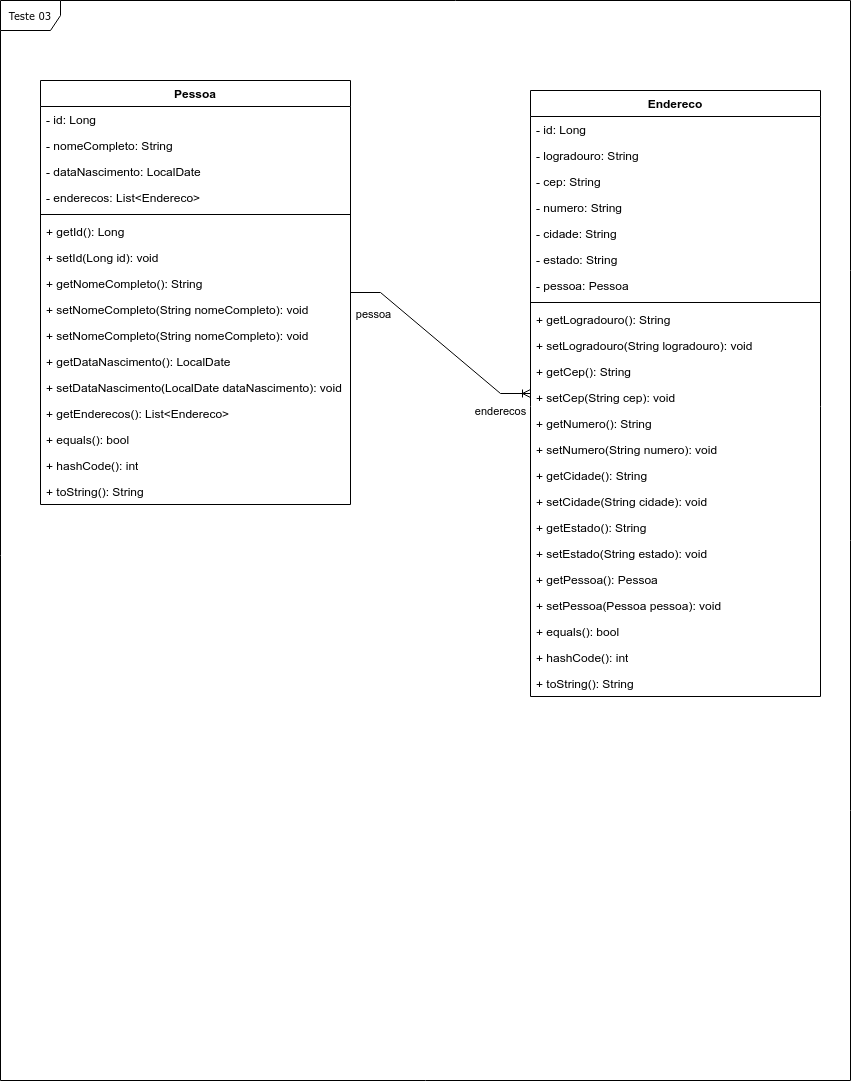
Earlier version of the draw.io export assets/teste-03-diagrama.drawio.png (JuniorAC90/api-attus-teste-03). Source tidied: cells renumbered, new cells last; positions are measured from the earlier drawing's top-left corner, leaving out a move shared by most shapes.
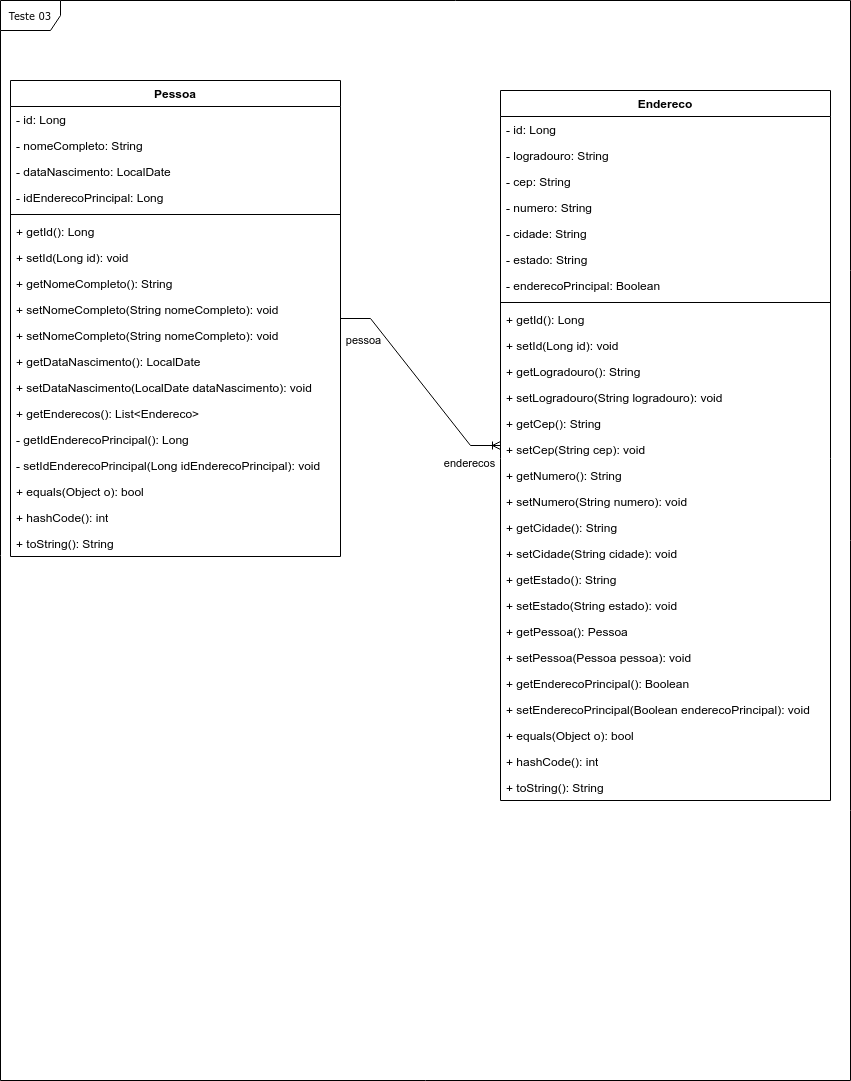
The same file after the commit.

The edit, as a diff of the source:
```diff
@@ -3,130 +3,148 @@
     <mxCell id="0" />
     <mxCell id="1" parent="0" />
     <mxCell id="2" value="Teste 03" style="shape=umlFrame;whiteSpace=wrap;html=1;rounded=0;shadow=0;comic=0;labelBackgroundColor=none;strokeWidth=1;fontFamily=Verdana;fontSize=10;align=center;" parent="1" vertex="1">
-      <mxGeometry width="850" height="1080" as="geometry" />
+      <mxGeometry x="30" width="850" height="1080" as="geometry" />
     </mxCell>
     <mxCell id="3" value="Pessoa" style="swimlane;fontStyle=1;align=center;verticalAlign=top;horizontal=1;startSize=26;whiteSpace=wrap;html=1;" parent="1" vertex="1">
-      <mxGeometry x="40" y="80" width="310" height="424" as="geometry" />
+      <mxGeometry x="40" y="80" width="330" height="476" as="geometry" />
     </mxCell>
     <mxCell id="4" value="- id: Long&lt;div&gt;&lt;br&gt;&lt;/div&gt;" style="text;strokeColor=none;fillColor=none;align=left;verticalAlign=top;spacingLeft=4;spacingRight=4;overflow=hidden;whiteSpace=wrap;html=1;" parent="3" vertex="1">
-      <mxGeometry y="26" width="310" height="26" as="geometry" />
+      <mxGeometry y="26" width="330" height="26" as="geometry" />
     </mxCell>
     <mxCell id="5" value="- nomeCompleto: String&lt;div&gt;&lt;br&gt;&lt;/div&gt;" style="text;strokeColor=none;fillColor=none;align=left;verticalAlign=top;spacingLeft=4;spacingRight=4;overflow=hidden;whiteSpace=wrap;html=1;" parent="3" vertex="1">
-      <mxGeometry y="52" width="310" height="26" as="geometry" />
+      <mxGeometry y="52" width="330" height="26" as="geometry" />
     </mxCell>
     <mxCell id="6" value="- dataNascimento: LocalDate" style="text;html=1;strokeColor=none;fillColor=none;align=left;verticalAlign=top;spacingLeft=4;spacingRight=4;whiteSpace=wrap;overflow=hidden;" parent="3" vertex="1">
-      <mxGeometry y="78" width="310" height="26" as="geometry" />
+      <mxGeometry y="78" width="330" height="26" as="geometry" />
     </mxCell>
-    <mxCell id="7" value="- enderecos: List&amp;lt;Endereco&amp;gt;&lt;div&gt;&lt;br&gt;&lt;/div&gt;" style="text;html=1;strokeColor=none;fillColor=none;align=left;verticalAlign=top;spacingLeft=4;spacingRight=4;whiteSpace=wrap;overflow=hidden;" parent="3" vertex="1">
-      <mxGeometry y="104" width="310" height="26" as="geometry" />
-    </mxCell>
+    <mxCell id="47" value="- idEnderecoPrincipal: Long&lt;div&gt;&lt;br&gt;&lt;/div&gt;" style="text;strokeColor=none;fillColor=none;align=left;verticalAlign=top;spacingLeft=4;spacingRight=4;overflow=hidden;whiteSpace=wrap;html=1;" parent="3" vertex="1">
+      <mxGeometry y="104" width="330" height="26" as="geometry" />
+    </mxCell>
     <mxCell id="8" style="line;strokeWidth=1;fillColor=none;align=left;verticalAlign=middle;spacingTop=-1;spacingLeft=3;spacingRight=3;labelPosition=right;strokeColor=inherit;" parent="3" vertex="1">
-      <mxGeometry y="130" width="310" height="8" as="geometry" />
+      <mxGeometry y="130" width="330" height="8" as="geometry" />
     </mxCell>
     <mxCell id="9" value="+ getId(): Long" style="text;strokeColor=none;fillColor=none;align=left;verticalAlign=top;spacingLeft=4;spacingRight=4;overflow=hidden;whiteSpace=wrap;html=1;" parent="3" vertex="1">
-      <mxGeometry y="138" width="310" height="26" as="geometry" />
+      <mxGeometry y="138" width="330" height="26" as="geometry" />
     </mxCell>
     <mxCell id="10" value="+ setId(Long id): void" style="text;strokeColor=none;fillColor=none;align=left;verticalAlign=top;spacingLeft=4;spacingRight=4;overflow=hidden;whiteSpace=wrap;html=1;" parent="3" vertex="1">
-      <mxGeometry y="164" width="310" height="26" as="geometry" />
+      <mxGeometry y="164" width="330" height="26" as="geometry" />
     </mxCell>
     <mxCell id="11" value="+ getNomeCompleto(): String" style="text;strokeColor=none;fillColor=none;align=left;verticalAlign=top;spacingLeft=4;spacingRight=4;overflow=hidden;whiteSpace=wrap;html=1;" parent="3" vertex="1">
-      <mxGeometry y="190" width="310" height="26" as="geometry" />
+      <mxGeometry y="190" width="330" height="26" as="geometry" />
     </mxCell>
     <mxCell id="12" value="+ setNomeCompleto(String nomeCompleto): void" style="text;strokeColor=none;fillColor=none;align=left;verticalAlign=top;spacingLeft=4;spacingRight=4;overflow=hidden;whiteSpace=wrap;html=1;" parent="3" vertex="1">
-      <mxGeometry y="216" width="310" height="26" as="geometry" />
+      <mxGeometry y="216" width="330" height="26" as="geometry" />
     </mxCell>
     <mxCell id="13" value="+ setNomeCompleto(String nomeCompleto): void" style="text;strokeColor=none;fillColor=none;align=left;verticalAlign=top;spacingLeft=4;spacingRight=4;overflow=hidden;whiteSpace=wrap;html=1;" parent="3" vertex="1">
-      <mxGeometry y="242" width="310" height="26" as="geometry" />
+      <mxGeometry y="242" width="330" height="26" as="geometry" />
     </mxCell>
     <mxCell id="14" value="+ getDataNascimento(): LocalDate" style="text;strokeColor=none;fillColor=none;align=left;verticalAlign=top;spacingLeft=4;spacingRight=4;overflow=hidden;whiteSpace=wrap;html=1;" parent="3" vertex="1">
-      <mxGeometry y="268" width="310" height="26" as="geometry" />
+      <mxGeometry y="268" width="330" height="26" as="geometry" />
     </mxCell>
     <mxCell id="15" value="+ setDataNascimento(LocalDate dataNascimento): void" style="text;strokeColor=none;fillColor=none;align=left;verticalAlign=top;spacingLeft=4;spacingRight=4;overflow=hidden;whiteSpace=wrap;html=1;" parent="3" vertex="1">
-      <mxGeometry y="294" width="310" height="26" as="geometry" />
+      <mxGeometry y="294" width="330" height="26" as="geometry" />
     </mxCell>
     <mxCell id="16" value="+ getEnderecos(): List&amp;lt;Endereco&amp;gt;" style="text;html=1;strokeColor=none;fillColor=none;align=left;verticalAlign=top;spacingLeft=4;spacingRight=4;whiteSpace=wrap;overflow=hidden;" parent="3" vertex="1">
-      <mxGeometry y="320" width="310" height="26" as="geometry" />
+      <mxGeometry y="320" width="330" height="26" as="geometry" />
     </mxCell>
+    <mxCell id="48" value="- getIdEnderecoPrincipal(): Long&lt;div&gt;&lt;br&gt;&lt;/div&gt;" style="text;strokeColor=none;fillColor=none;align=left;verticalAlign=top;spacingLeft=4;spacingRight=4;overflow=hidden;whiteSpace=wrap;html=1;" parent="3" vertex="1">
+      <mxGeometry y="346" width="330" height="26" as="geometry" />
+    </mxCell>
+    <mxCell id="49" value="- setIdEnderecoPrincipal(Long idEnderecoPrincipal): void&lt;div&gt;&lt;br&gt;&lt;/div&gt;" style="text;strokeColor=none;fillColor=none;align=left;verticalAlign=top;spacingLeft=4;spacingRight=4;overflow=hidden;whiteSpace=wrap;html=1;" parent="3" vertex="1">
+      <mxGeometry y="372" width="330" height="26" as="geometry" />
+    </mxCell>
-    <mxCell id="17" value="+ equals(): bool" style="text;strokeColor=none;fillColor=none;align=left;verticalAlign=top;spacingLeft=4;spacingRight=4;overflow=hidden;whiteSpace=wrap;html=1;" parent="3" vertex="1">
-      <mxGeometry y="346" width="310" height="26" as="geometry" />
+    <mxCell id="17" value="+ equals(Object o): bool" style="text;strokeColor=none;fillColor=none;align=left;verticalAlign=top;spacingLeft=4;spacingRight=4;overflow=hidden;whiteSpace=wrap;html=1;" parent="3" vertex="1">
+      <mxGeometry y="398" width="330" height="26" as="geometry" />
     </mxCell>
     <mxCell id="18" value="+ hashCode(): int" style="text;strokeColor=none;fillColor=none;align=left;verticalAlign=top;spacingLeft=4;spacingRight=4;overflow=hidden;whiteSpace=wrap;html=1;" parent="3" vertex="1">
-      <mxGeometry y="372" width="310" height="26" as="geometry" />
+      <mxGeometry y="424" width="330" height="26" as="geometry" />
     </mxCell>
     <mxCell id="19" value="+ toString(): String" style="text;strokeColor=none;fillColor=none;align=left;verticalAlign=top;spacingLeft=4;spacingRight=4;overflow=hidden;whiteSpace=wrap;html=1;" parent="3" vertex="1">
-      <mxGeometry y="398" width="310" height="26" as="geometry" />
+      <mxGeometry y="450" width="330" height="26" as="geometry" />
     </mxCell>
     <mxCell id="20" value="Endereco" style="swimlane;fontStyle=1;align=center;verticalAlign=top;horizontal=1;startSize=26;whiteSpace=wrap;html=1;" parent="1" vertex="1">
-      <mxGeometry x="530" y="90" width="290" height="606" as="geometry" />
+      <mxGeometry x="530" y="90" width="330" height="710" as="geometry" />
     </mxCell>
     <mxCell id="21" value="- id: Long&lt;div&gt;&lt;br&gt;&lt;/div&gt;" style="text;strokeColor=none;fillColor=none;align=left;verticalAlign=top;spacingLeft=4;spacingRight=4;overflow=hidden;whiteSpace=wrap;html=1;" parent="20" vertex="1">
-      <mxGeometry y="26" width="290" height="26" as="geometry" />
+      <mxGeometry y="26" width="330" height="26" as="geometry" />
     </mxCell>
     <mxCell id="22" value="- logradouro: String&lt;div&gt;&lt;br&gt;&lt;/div&gt;" style="text;strokeColor=none;fillColor=none;align=left;verticalAlign=top;spacingLeft=4;spacingRight=4;overflow=hidden;whiteSpace=wrap;html=1;" parent="20" vertex="1">
-      <mxGeometry y="52" width="290" height="26" as="geometry" />
+      <mxGeometry y="52" width="330" height="26" as="geometry" />
     </mxCell>
     <mxCell id="23" value="- cep: String" style="text;html=1;strokeColor=none;fillColor=none;align=left;verticalAlign=top;spacingLeft=4;spacingRight=4;whiteSpace=wrap;overflow=hidden;" parent="20" vertex="1">
-      <mxGeometry y="78" width="290" height="26" as="geometry" />
+      <mxGeometry y="78" width="330" height="26" as="geometry" />
     </mxCell>
     <mxCell id="24" value="- numero: String" style="text;html=1;strokeColor=none;fillColor=none;align=left;verticalAlign=top;spacingLeft=4;spacingRight=4;whiteSpace=wrap;overflow=hidden;" parent="20" vertex="1">
-      <mxGeometry y="104" width="290" height="26" as="geometry" />
+      <mxGeometry y="104" width="330" height="26" as="geometry" />
     </mxCell>
     <mxCell id="25" value="- cidade: String" style="text;html=1;strokeColor=none;fillColor=none;align=left;verticalAlign=top;spacingLeft=4;spacingRight=4;whiteSpace=wrap;overflow=hidden;" parent="20" vertex="1">
-      <mxGeometry y="130" width="290" height="26" as="geometry" />
+      <mxGeometry y="130" width="330" height="26" as="geometry" />
     </mxCell>
     <mxCell id="26" value="- estado: String" style="text;html=1;strokeColor=none;fillColor=none;align=left;verticalAlign=top;spacingLeft=4;spacingRight=4;whiteSpace=wrap;overflow=hidden;" parent="20" vertex="1">
-      <mxGeometry y="156" width="290" height="26" as="geometry" />
+      <mxGeometry y="156" width="330" height="26" as="geometry" />
     </mxCell>
-    <mxCell id="27" value="- pessoa: Pessoa&lt;div&gt;&lt;br&gt;&lt;/div&gt;" style="text;html=1;strokeColor=none;fillColor=none;align=left;verticalAlign=top;spacingLeft=4;spacingRight=4;whiteSpace=wrap;overflow=hidden;" parent="20" vertex="1">
-      <mxGeometry y="182" width="290" height="26" as="geometry" />
-    </mxCell>
+    <mxCell id="50" value="- enderecoPrincipal: Boolean" style="text;html=1;strokeColor=none;fillColor=none;align=left;verticalAlign=top;spacingLeft=4;spacingRight=4;whiteSpace=wrap;overflow=hidden;" parent="20" vertex="1">
+      <mxGeometry y="182" width="330" height="26" as="geometry" />
+    </mxCell>
     <mxCell id="28" style="line;strokeWidth=1;fillColor=none;align=left;verticalAlign=middle;spacingTop=-1;spacingLeft=3;spacingRight=3;labelPosition=right;strokeColor=inherit;" parent="20" vertex="1">
-      <mxGeometry y="208" width="290" height="8" as="geometry" />
+      <mxGeometry y="208" width="330" height="8" as="geometry" />
     </mxCell>
+    <mxCell id="51" value="+ getId(): Long" style="text;strokeColor=none;fillColor=none;align=left;verticalAlign=top;spacingLeft=4;spacingRight=4;overflow=hidden;whiteSpace=wrap;html=1;" parent="20" vertex="1">
+      <mxGeometry y="216" width="330" height="26" as="geometry" />
+    </mxCell>
+    <mxCell id="52" value="+ setId(Long id): void" style="text;strokeColor=none;fillColor=none;align=left;verticalAlign=top;spacingLeft=4;spacingRight=4;overflow=hidden;whiteSpace=wrap;html=1;" parent="20" vertex="1">
+      <mxGeometry y="242" width="330" height="26" as="geometry" />
+    </mxCell>
     <mxCell id="29" value="+ getLogradouro(): String" style="text;strokeColor=none;fillColor=none;align=left;verticalAlign=top;spacingLeft=4;spacingRight=4;overflow=hidden;whiteSpace=wrap;html=1;" parent="20" vertex="1">
-      <mxGeometry y="216" width="290" height="26" as="geometry" />
+      <mxGeometry y="268" width="330" height="26" as="geometry" />
     </mxCell>
     <mxCell id="30" value="+ setLogradouro(String logradouro): void" style="text;strokeColor=none;fillColor=none;align=left;verticalAlign=top;spacingLeft=4;spacingRight=4;overflow=hidden;whiteSpace=wrap;html=1;" parent="20" vertex="1">
-      <mxGeometry y="242" width="290" height="26" as="geometry" />
+      <mxGeometry y="294" width="330" height="26" as="geometry" />
     </mxCell>
     <mxCell id="31" value="+ getCep(): String" style="text;strokeColor=none;fillColor=none;align=left;verticalAlign=top;spacingLeft=4;spacingRight=4;overflow=hidden;whiteSpace=wrap;html=1;" parent="20" vertex="1">
-      <mxGeometry y="268" width="290" height="26" as="geometry" />
+      <mxGeometry y="320" width="330" height="26" as="geometry" />
     </mxCell>
     <mxCell id="32" value="+ setCep(String cep): void" style="text;strokeColor=none;fillColor=none;align=left;verticalAlign=top;spacingLeft=4;spacingRight=4;overflow=hidden;whiteSpace=wrap;html=1;" parent="20" vertex="1">
-      <mxGeometry y="294" width="290" height="26" as="geometry" />
+      <mxGeometry y="346" width="330" height="26" as="geometry" />
     </mxCell>
     <mxCell id="33" value="+ getNumero(): String" style="text;strokeColor=none;fillColor=none;align=left;verticalAlign=top;spacingLeft=4;spacingRight=4;overflow=hidden;whiteSpace=wrap;html=1;" parent="20" vertex="1">
-      <mxGeometry y="320" width="290" height="26" as="geometry" />
+      <mxGeometry y="372" width="330" height="26" as="geometry" />
     </mxCell>
     <mxCell id="34" value="+ setNumero(String numero): void" style="text;strokeColor=none;fillColor=none;align=left;verticalAlign=top;spacingLeft=4;spacingRight=4;overflow=hidden;whiteSpace=wrap;html=1;" parent="20" vertex="1">
-      <mxGeometry y="346" width="290" height="26" as="geometry" />
+      <mxGeometry y="398" width="330" height="26" as="geometry" />
     </mxCell>
     <mxCell id="35" value="+ getCidade(): String" style="text;strokeColor=none;fillColor=none;align=left;verticalAlign=top;spacingLeft=4;spacingRight=4;overflow=hidden;whiteSpace=wrap;html=1;" parent="20" vertex="1">
-      <mxGeometry y="372" width="290" height="26" as="geometry" />
+      <mxGeometry y="424" width="330" height="26" as="geometry" />
     </mxCell>
     <mxCell id="36" value="+ setCidade(String cidade): void" style="text;strokeColor=none;fillColor=none;align=left;verticalAlign=top;spacingLeft=4;spacingRight=4;overflow=hidden;whiteSpace=wrap;html=1;" parent="20" vertex="1">
-      <mxGeometry y="398" width="290" height="26" as="geometry" />
+      <mxGeometry y="450" width="330" height="26" as="geometry" />
     </mxCell>
     <mxCell id="37" value="+ getEstado(): String" style="text;strokeColor=none;fillColor=none;align=left;verticalAlign=top;spacingLeft=4;spacingRight=4;overflow=hidden;whiteSpace=wrap;html=1;" parent="20" vertex="1">
-      <mxGeometry y="424" width="290" height="26" as="geometry" />
+      <mxGeometry y="476" width="330" height="26" as="geometry" />
     </mxCell>
     <mxCell id="38" value="+ setEstado(String estado): void" style="text;strokeColor=none;fillColor=none;align=left;verticalAlign=top;spacingLeft=4;spacingRight=4;overflow=hidden;whiteSpace=wrap;html=1;" parent="20" vertex="1">
-      <mxGeometry y="450" width="290" height="26" as="geometry" />
+      <mxGeometry y="502" width="330" height="26" as="geometry" />
     </mxCell>
     <mxCell id="39" value="+ getPessoa(): Pessoa" style="text;strokeColor=none;fillColor=none;align=left;verticalAlign=top;spacingLeft=4;spacingRight=4;overflow=hidden;whiteSpace=wrap;html=1;" parent="20" vertex="1">
-      <mxGeometry y="476" width="290" height="26" as="geometry" />
+      <mxGeometry y="528" width="330" height="26" as="geometry" />
     </mxCell>
     <mxCell id="40" value="+ setPessoa(Pessoa pessoa): void" style="text;strokeColor=none;fillColor=none;align=left;verticalAlign=top;spacingLeft=4;spacingRight=4;overflow=hidden;whiteSpace=wrap;html=1;" parent="20" vertex="1">
-      <mxGeometry y="502" width="290" height="26" as="geometry" />
+      <mxGeometry y="554" width="330" height="26" as="geometry" />
     </mxCell>
+    <mxCell id="53" value="+ getEnderecoPrincipal(): Boolean" style="text;strokeColor=none;fillColor=none;align=left;verticalAlign=top;spacingLeft=4;spacingRight=4;overflow=hidden;whiteSpace=wrap;html=1;" parent="20" vertex="1">
+      <mxGeometry y="580" width="330" height="26" as="geometry" />
+    </mxCell>
+    <mxCell id="54" value="+ setEnderecoPrincipal(Boolean enderecoPrincipal): void" style="text;strokeColor=none;fillColor=none;align=left;verticalAlign=top;spacingLeft=4;spacingRight=4;overflow=hidden;whiteSpace=wrap;html=1;" parent="20" vertex="1">
+      <mxGeometry y="606" width="330" height="26" as="geometry" />
+    </mxCell>
-    <mxCell id="41" value="+ equals(): bool" style="text;strokeColor=none;fillColor=none;align=left;verticalAlign=top;spacingLeft=4;spacingRight=4;overflow=hidden;whiteSpace=wrap;html=1;" parent="20" vertex="1">
-      <mxGeometry y="528" width="290" height="26" as="geometry" />
+    <mxCell id="41" value="+ equals(Object o): bool" style="text;strokeColor=none;fillColor=none;align=left;verticalAlign=top;spacingLeft=4;spacingRight=4;overflow=hidden;whiteSpace=wrap;html=1;" parent="20" vertex="1">
+      <mxGeometry y="632" width="330" height="26" as="geometry" />
     </mxCell>
     <mxCell id="42" value="+ hashCode(): int" style="text;strokeColor=none;fillColor=none;align=left;verticalAlign=top;spacingLeft=4;spacingRight=4;overflow=hidden;whiteSpace=wrap;html=1;" parent="20" vertex="1">
-      <mxGeometry y="554" width="290" height="26" as="geometry" />
+      <mxGeometry y="658" width="330" height="26" as="geometry" />
     </mxCell>
     <mxCell id="43" value="+ toString(): String" style="text;strokeColor=none;fillColor=none;align=left;verticalAlign=top;spacingLeft=4;spacingRight=4;overflow=hidden;whiteSpace=wrap;html=1;" parent="20" vertex="1">
-      <mxGeometry y="580" width="290" height="26" as="geometry" />
+      <mxGeometry y="684" width="330" height="26" as="geometry" />
     </mxCell>
     <mxCell id="44" style="edgeStyle=entityRelationEdgeStyle;fontSize=12;html=1;endArrow=ERoneToMany;rounded=0;" parent="1" edge="1" source="3" target="20">
       <mxGeometry relative="1" as="geometry" />
```
